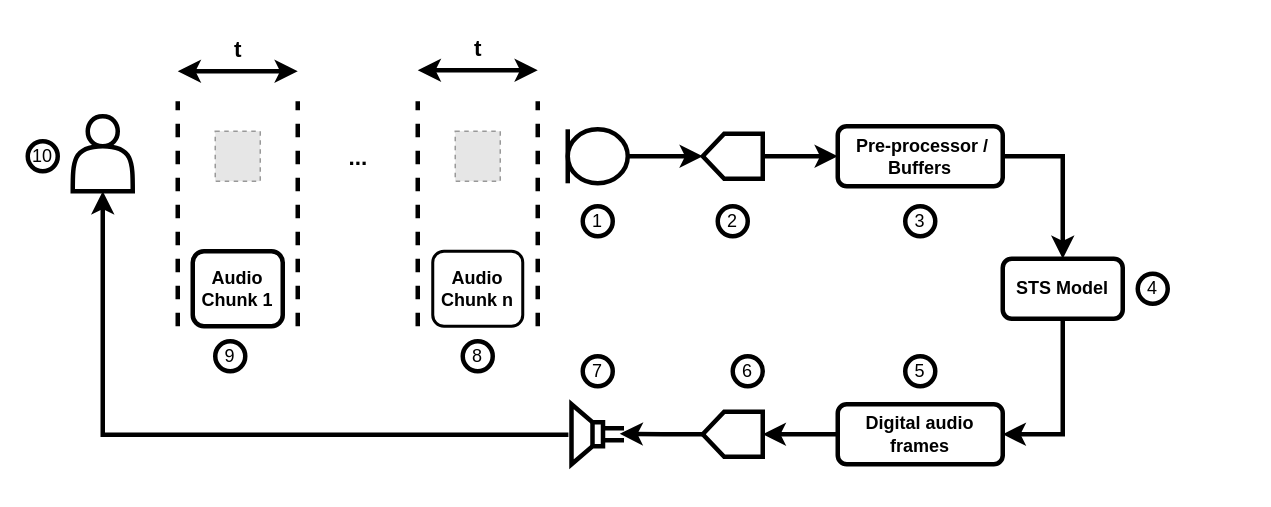
Above: paper/bilder/speech - speech-diagram.drawio in EmreMutlu99/Large-Language-Models-in-Human-machine-interaction (draw.io), before the change. Source tidied: cells renumbered, new cells numbered last; positions are measured from the earlier drawing's top-left corner, leaving out a move shared by most shapes. Both pictures are drawn from the tidied source at 150%, with x=0, y=0 at pixel (27, 24). Pictures stored in the file or linked from it are replaced by grey dashed boxes.
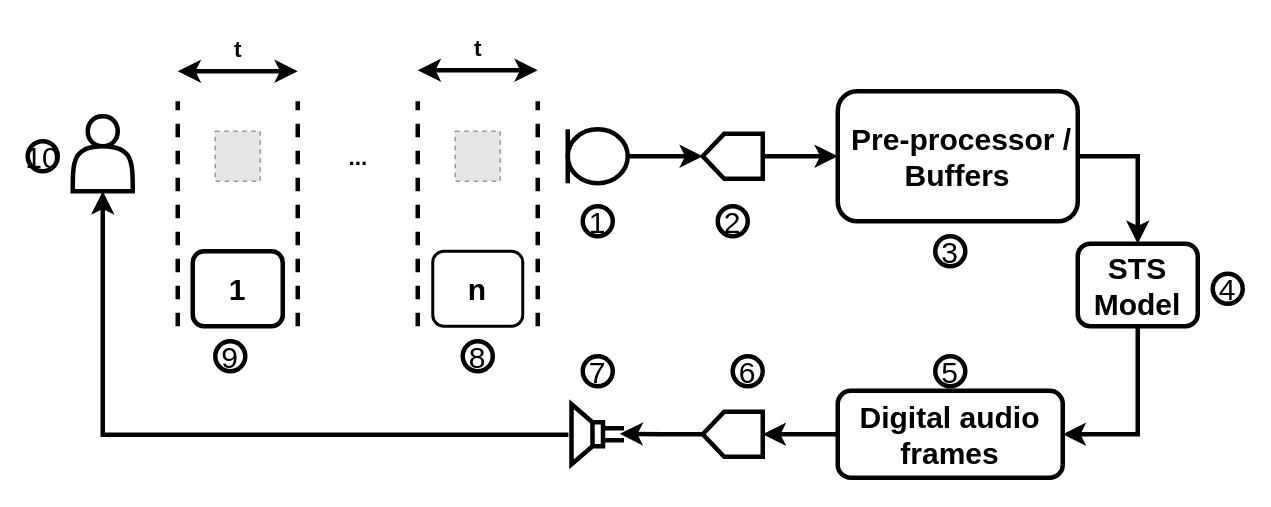
The same page after the edit.

What changed in the source:
```diff
@@
-    <mxCell id="3" value="&lt;font&gt;&lt;b&gt;STS Model&lt;/b&gt;&lt;/font&gt;" style="rounded=1;whiteSpace=wrap;html=1;strokeWidth=3;" parent="1" vertex="1">
-      <mxGeometry x="650" y="156" width="80" height="40" as="geometry" />
+    <mxCell id="3" value="&lt;font style=&quot;font-size: 20px;&quot;&gt;&lt;b style=&quot;&quot;&gt;STS Model&lt;/b&gt;&lt;/font&gt;" style="rounded=1;whiteSpace=wrap;html=1;strokeWidth=3;" parent="1" vertex="1">
+      <mxGeometry x="700" y="146" width="80" height="55" as="geometry" />
     </mxCell>
@@
-    <mxCell id="11" value="&lt;font&gt;&lt;b&gt;Audio Chunk 1&lt;/b&gt;&lt;/font&gt;" style="rounded=1;whiteSpace=wrap;html=1;strokeWidth=3;" parent="1" vertex="1">
+    <mxCell id="11" value="&lt;font style=&quot;font-size: 20px;&quot;&gt;&lt;b style=&quot;&quot;&gt;1&lt;/b&gt;&lt;/font&gt;" style="rounded=1;whiteSpace=wrap;html=1;strokeWidth=3;" parent="1" vertex="1">
       <mxGeometry x="110" y="151" width="60" height="50" as="geometry" />
     </mxCell>
@@
-    <mxCell id="13" value="&lt;font&gt;&lt;b&gt;Audio Chunk n&lt;/b&gt;&lt;/font&gt;" style="rounded=1;whiteSpace=wrap;html=1;strokeWidth=2;" parent="1" vertex="1">
+    <mxCell id="13" value="&lt;font style=&quot;font-size: 20px;&quot;&gt;&lt;b style=&quot;&quot;&gt;n&lt;/b&gt;&lt;/font&gt;" style="rounded=1;whiteSpace=wrap;html=1;strokeWidth=2;" parent="1" vertex="1">
       <mxGeometry x="270" y="151" width="60" height="50" as="geometry" />
     </mxCell>
@@
-    <mxCell id="25" value="1" style="ellipse;whiteSpace=wrap;html=1;strokeWidth=3;" parent="1" vertex="1">
+    <mxCell id="25" value="&lt;font style=&quot;font-size: 20px;&quot;&gt;1&lt;/font&gt;" style="ellipse;whiteSpace=wrap;html=1;strokeWidth=3;" parent="1" vertex="1">
       <mxGeometry x="370" y="121" width="20" height="20" as="geometry" />
     </mxCell>
-    <mxCell id="26" value="2" style="ellipse;whiteSpace=wrap;html=1;strokeWidth=3;" parent="1" vertex="1">
+    <mxCell id="26" value="&lt;font style=&quot;font-size: 20px;&quot;&gt;2&lt;/font&gt;" style="ellipse;whiteSpace=wrap;html=1;strokeWidth=3;" parent="1" vertex="1">
       <mxGeometry x="460" y="121" width="20" height="20" as="geometry" />
     </mxCell>
-    <mxCell id="27" value="3" style="ellipse;whiteSpace=wrap;html=1;strokeWidth=3;" parent="1" vertex="1">
-      <mxGeometry x="585" y="121" width="20" height="20" as="geometry" />
+    <mxCell id="27" value="&lt;font style=&quot;font-size: 20px;&quot;&gt;3&lt;/font&gt;" style="ellipse;whiteSpace=wrap;html=1;strokeWidth=3;" parent="1" vertex="1">
+      <mxGeometry x="605" y="141" width="20" height="20" as="geometry" />
     </mxCell>
-    <mxCell id="28" value="5" style="ellipse;whiteSpace=wrap;html=1;strokeWidth=3;" parent="1" vertex="1">
-      <mxGeometry x="585" y="221" width="20" height="20" as="geometry" />
+    <mxCell id="28" value="&lt;font style=&quot;font-size: 20px;&quot;&gt;5&lt;/font&gt;" style="ellipse;whiteSpace=wrap;html=1;strokeWidth=3;" parent="1" vertex="1">
+      <mxGeometry x="605" y="221" width="20" height="20" as="geometry" />
     </mxCell>
-    <mxCell id="29" value="7" style="ellipse;whiteSpace=wrap;html=1;strokeWidth=3;" parent="1" vertex="1">
+    <mxCell id="29" value="&lt;font style=&quot;font-size: 20px;&quot;&gt;7&lt;/font&gt;" style="ellipse;whiteSpace=wrap;html=1;strokeWidth=3;" parent="1" vertex="1">
       <mxGeometry x="370" y="221" width="20" height="20" as="geometry" />
     </mxCell>
-    <mxCell id="30" value="9" style="ellipse;whiteSpace=wrap;html=1;strokeWidth=3;" parent="1" vertex="1">
+    <mxCell id="30" value="&lt;font style=&quot;font-size: 20px;&quot;&gt;9&lt;/font&gt;" style="ellipse;whiteSpace=wrap;html=1;strokeWidth=3;" parent="1" vertex="1">
       <mxGeometry x="125" y="211" width="20" height="20" as="geometry" />
     </mxCell>
-    <mxCell id="31" value="8" style="ellipse;whiteSpace=wrap;html=1;strokeWidth=3;" parent="1" vertex="1">
+    <mxCell id="31" value="&lt;font style=&quot;font-size: 20px;&quot;&gt;8&lt;/font&gt;" style="ellipse;whiteSpace=wrap;html=1;strokeWidth=3;" parent="1" vertex="1">
       <mxGeometry x="290" y="211" width="20" height="20" as="geometry" />
     </mxCell>
-    <mxCell id="32" value="10" style="ellipse;whiteSpace=wrap;html=1;strokeWidth=3;" parent="1" vertex="1">
+    <mxCell id="32" value="&lt;font style=&quot;font-size: 20px;&quot;&gt;10&lt;/font&gt;" style="ellipse;whiteSpace=wrap;html=1;strokeWidth=3;" parent="1" vertex="1">
       <mxGeometry y="77.7" width="20" height="20" as="geometry" />
     </mxCell>
@@
-    <mxCell id="34" value="&lt;b&gt;&amp;nbsp;Pre-processor / Buffers&lt;/b&gt;" style="rounded=1;whiteSpace=wrap;html=1;strokeWidth=3;" parent="1" vertex="1">
-      <mxGeometry x="540" y="67.7" width="110" height="40" as="geometry" />
+    <mxCell id="34" value="&lt;b&gt;&lt;font style=&quot;font-size: 20px;&quot;&gt;&amp;nbsp;Pre-processor / Buffers&lt;/font&gt;&lt;/b&gt;" style="rounded=1;whiteSpace=wrap;html=1;strokeWidth=3;" parent="1" vertex="1">
+      <mxGeometry x="540" y="44.3" width="160" height="86.7" as="geometry" />
     </mxCell>
@@
-    <mxCell id="36" value="&lt;b&gt;Digital audio frames&lt;/b&gt;" style="rounded=1;whiteSpace=wrap;html=1;strokeWidth=3;" parent="1" vertex="1">
-      <mxGeometry x="540" y="253" width="110" height="40" as="geometry" />
+    <mxCell id="36" value="&lt;b&gt;&lt;font style=&quot;font-size: 20px;&quot;&gt;Digital audio frames&lt;/font&gt;&lt;/b&gt;" style="rounded=1;whiteSpace=wrap;html=1;strokeWidth=3;" parent="1" vertex="1">
+      <mxGeometry x="540" y="244" width="150" height="58" as="geometry" />
     </mxCell>
@@
-    <mxCell id="38" value="6" style="ellipse;whiteSpace=wrap;html=1;strokeWidth=3;" parent="1" vertex="1">
+    <mxCell id="38" value="&lt;font style=&quot;font-size: 20px;&quot;&gt;6&lt;/font&gt;" style="ellipse;whiteSpace=wrap;html=1;strokeWidth=3;" parent="1" vertex="1">
       <mxGeometry x="470" y="221" width="20" height="20" as="geometry" />
     </mxCell>
-    <mxCell id="39" value="4" style="ellipse;whiteSpace=wrap;html=1;strokeWidth=3;" parent="1" vertex="1">
-      <mxGeometry x="740" y="166" width="20" height="20" as="geometry" />
+    <mxCell id="39" value="&lt;font style=&quot;font-size: 20px;&quot;&gt;4&lt;/font&gt;" style="ellipse;whiteSpace=wrap;html=1;strokeWidth=3;" parent="1" vertex="1">
+      <mxGeometry x="790" y="166" width="20" height="20" as="geometry" />
     </mxCell>
```
